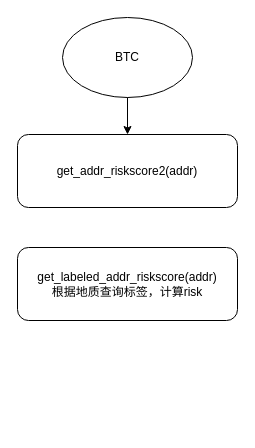
Above: bigdata-study/计算风险分.drawio in cxinping/bigdata (draw.io), before the change. Source tidied: cells renumbered, new cells numbered last; positions are measured from the earlier drawing's top-left corner, leaving out a move shared by most shapes. Both pictures are drawn from the tidied source at 100%, with x=0, y=0 at pixel (17, 17).
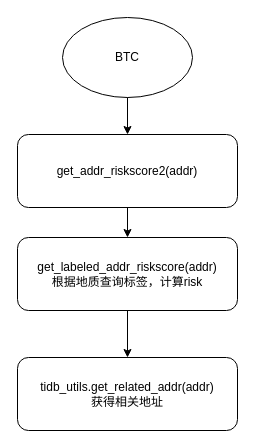
After the change.

Commit message:
Update 计算风险分.drawio

What changed in the source:
```diff
@@
 <mxGraphModel>
   <root>
     <mxCell id="0" />
     <mxCell id="1" parent="0" />
     <mxCell id="2" value="BTC " style="ellipse;whiteSpace=wrap;html=1;" parent="1" vertex="1">
       <mxGeometry x="45" width="130" height="80" as="geometry" />
     </mxCell>
     <mxCell id="3" value="get_addr_riskscore2(addr)" style="rounded=1;whiteSpace=wrap;html=1;" parent="1" vertex="1">
       <mxGeometry y="117" width="220" height="73" as="geometry" />
     </mxCell>
     <mxCell id="4" style="endArrow=classic;html=1;exitX=0.5;exitY=1;exitDx=0;exitDy=0;entryX=0.5;entryY=0;entryDx=0;entryDy=0;" parent="1" edge="1" source="2" target="3">
       <mxGeometry relative="1" as="geometry" />
     </mxCell>
     <mxCell id="5" value="get_labeled_addr_riskscore(addr)&lt;br&gt;根据地质查询标签，计算risk" style="rounded=1;whiteSpace=wrap;html=1;" parent="1" vertex="1">
-      <mxGeometry y="230" width="220" height="73" as="geometry" />
+      <mxGeometry y="220" width="220" height="73" as="geometry" />
     </mxCell>
+    <mxCell id="6" style="endArrow=classic;html=1;exitX=0.5;exitY=1;exitDx=0;exitDy=0;entryX=0.5;entryY=0;entryDx=0;entryDy=0;" parent="1" edge="1" source="3" target="5">
+      <mxGeometry relative="1" as="geometry" />
+    </mxCell>
+    <mxCell id="7" value="&lt;div&gt;tidb_utils.get_related_addr(addr)&lt;/div&gt;&lt;div&gt;获得相关地址&lt;br&gt;&lt;/div&gt;" style="rounded=1;whiteSpace=wrap;html=1;" parent="1" vertex="1">
+      <mxGeometry y="340" width="220" height="73" as="geometry" />
+    </mxCell>
+    <mxCell id="8" style="endArrow=classic;html=1;exitX=0.5;exitY=1;exitDx=0;exitDy=0;entryX=0.5;entryY=0;entryDx=0;entryDy=0;" parent="1" edge="1" source="5" target="7">
+      <mxGeometry relative="1" as="geometry" />
+    </mxCell>
   </root>
 </mxGraphModel>
```
